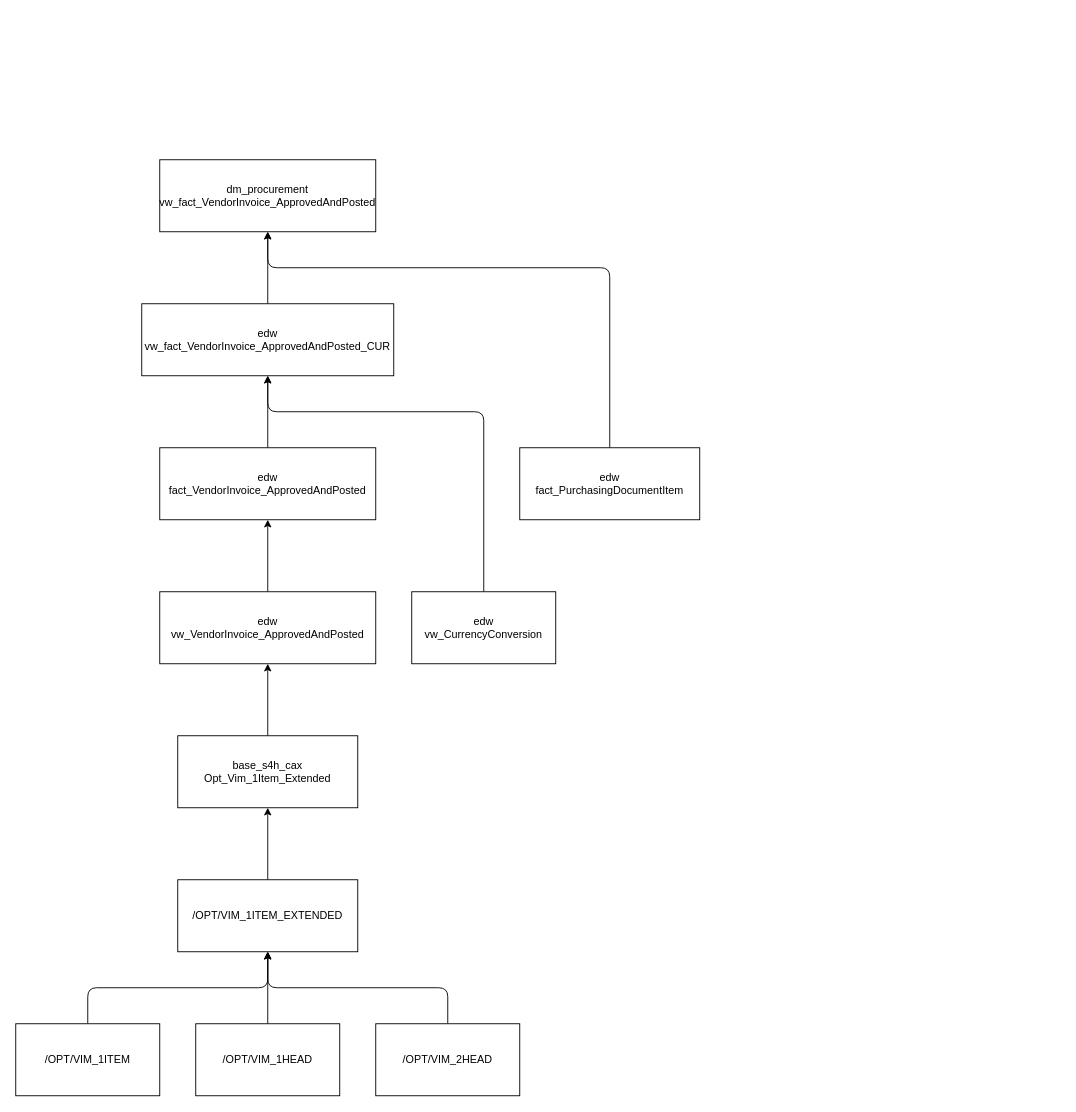
Before: synapse-dwh/Diagrams/Dependency Diagrams/VIM.drawio in szubalii/leviat-data-and-analytics, a draw.io diagram. Source tidied: cells renumbered, new cells numbered last; positions are measured from the earlier drawing's top-left corner, leaving out a move shared by most shapes. Both pictures are drawn from the tidied source at 90%, with x=0, y=0 at pixel (15, 159).
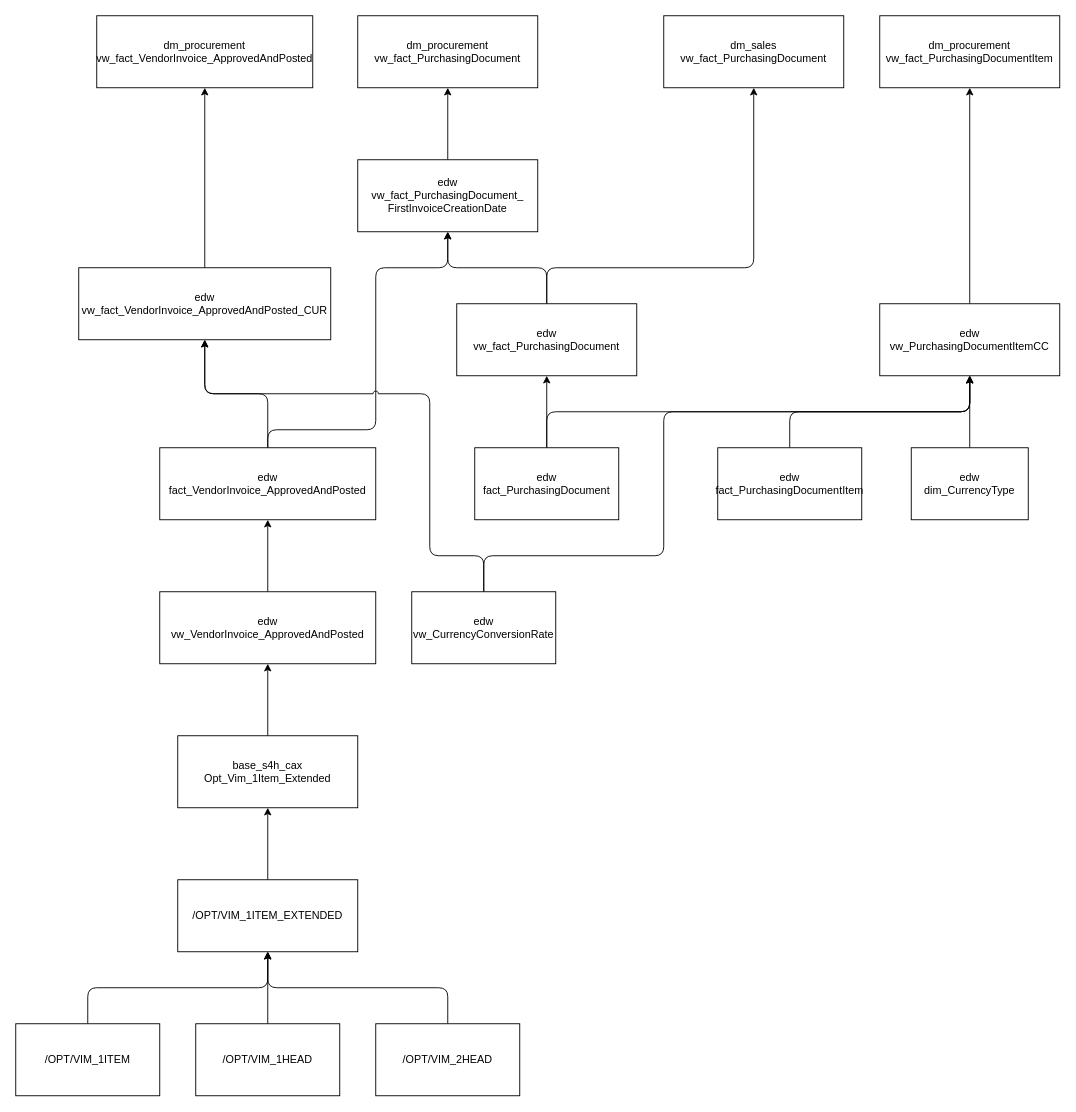
The same page after the edit.

Commit message (it also covers changes not shown here):
model of vw_fact_PurchasingDocument_FirstInvoiceCreationDate

The change refers to these unchanged cells:
```xml
<mxCell id="15" value="edw&lt;br&gt;fact_VendorInvoice_ApprovedAndPosted" style="rounded=0;whiteSpace=wrap;html=1;" parent="1" vertex="1">
  <mxGeometry x="160" y="320" width="240" height="80" as="geometry" />
</mxCell>
```

The edit, as a diff of the source:
```diff
@@
     <mxCell id="14" style="edgeStyle=orthogonalEdgeStyle;html=1;exitX=0.5;exitY=0;exitDx=0;exitDy=0;entryX=0.5;entryY=1;entryDx=0;entryDy=0;" parent="1" edge="1" source="15" target="18">
-      <mxGeometry relative="1" as="geometry" />
+      <mxGeometry relative="1" as="geometry">
+        <Array as="points">
+          <mxPoint x="280" y="260" />
+          <mxPoint x="210" y="260" />
+        </Array>
+      </mxGeometry>
     </mxCell>
+    <mxCell id="23" style="edgeStyle=orthogonalEdgeStyle;html=1;exitX=0.5;exitY=0;exitDx=0;exitDy=0;entryX=0.5;entryY=1;entryDx=0;entryDy=0;jumpStyle=arc;" parent="1" edge="1" source="15" target="36">
+      <mxGeometry relative="1" as="geometry">
+        <Array as="points">
+          <mxPoint x="280" y="300" />
+          <mxPoint x="400" y="300" />
+          <mxPoint x="400" y="120" />
+          <mxPoint x="480" y="120" />
+        </Array>
+      </mxGeometry>
+    </mxCell>
@@
     <mxCell id="16" value="dm_procurement&lt;br&gt;vw_fact_VendorInvoice_ApprovedAndPosted" style="rounded=0;whiteSpace=wrap;html=1;" parent="1" vertex="1">
-      <mxGeometry x="160" width="240" height="80" as="geometry" />
+      <mxGeometry x="90" y="-160" width="240" height="80" as="geometry" />
     </mxCell>
@@
     <mxCell id="18" value="edw&lt;br&gt;vw_fact_VendorInvoice_ApprovedAndPosted_CUR" style="rounded=0;whiteSpace=wrap;html=1;" parent="1" vertex="1">
-      <mxGeometry x="140" y="160" width="280" height="80" as="geometry" />
+      <mxGeometry x="70" y="120" width="280" height="80" as="geometry" />
     </mxCell>
-    <mxCell id="19" style="edgeStyle=orthogonalEdgeStyle;html=1;exitX=0.5;exitY=0;exitDx=0;exitDy=0;entryX=0.5;entryY=1;entryDx=0;entryDy=0;" parent="1" edge="1" source="20" target="18">
+    <mxCell id="19" style="edgeStyle=orthogonalEdgeStyle;html=1;exitX=0.5;exitY=0;exitDx=0;exitDy=0;entryX=0.5;entryY=1;entryDx=0;entryDy=0;jumpStyle=arc;" parent="1" edge="1" source="20" target="18">
       <mxGeometry relative="1" as="geometry">
         <Array as="points">
-          <mxPoint x="520" y="280" />
-          <mxPoint x="280" y="280" />
+          <mxPoint x="520" y="440" />
+          <mxPoint x="460" y="440" />
+          <mxPoint x="460" y="260" />
+          <mxPoint x="210" y="260" />
         </Array>
       </mxGeometry>
     </mxCell>
+    <mxCell id="24" style="edgeStyle=orthogonalEdgeStyle;html=1;exitX=0.5;exitY=0;exitDx=0;exitDy=0;entryX=0.5;entryY=1;entryDx=0;entryDy=0;" parent="1" edge="1" source="20" target="32">
+      <mxGeometry relative="1" as="geometry">
+        <Array as="points">
+          <mxPoint x="520" y="440" />
+          <mxPoint x="720" y="440" />
+          <mxPoint x="720" y="280" />
+          <mxPoint x="1060" y="280" />
+        </Array>
+      </mxGeometry>
+    </mxCell>
-    <mxCell id="20" value="edw&lt;br&gt;vw_CurrencyConversion" style="rounded=0;whiteSpace=wrap;html=1;" parent="1" vertex="1">
+    <mxCell id="20" value="edw&lt;br&gt;vw_CurrencyConversionRate" style="rounded=0;whiteSpace=wrap;html=1;" parent="1" vertex="1">
       <mxGeometry x="440" y="480" width="160" height="80" as="geometry" />
     </mxCell>
-    <mxCell id="21" style="edgeStyle=orthogonalEdgeStyle;html=1;exitX=0.5;exitY=0;exitDx=0;exitDy=0;entryX=0.5;entryY=1;entryDx=0;entryDy=0;" parent="1" edge="1" source="22" target="16">
-      <mxGeometry relative="1" as="geometry">
-        <Array as="points">
-          <mxPoint x="660" y="120" />
-          <mxPoint x="280" y="120" />
-        </Array>
-      </mxGeometry>
-    </mxCell>
+    <mxCell id="25" style="edgeStyle=orthogonalEdgeStyle;html=1;exitX=0.5;exitY=0;exitDx=0;exitDy=0;" parent="1" edge="1" source="22" target="32">
+      <mxGeometry relative="1" as="geometry" />
+    </mxCell>
     <mxCell id="22" value="edw&lt;br&gt;fact_PurchasingDocumentItem" style="rounded=0;whiteSpace=wrap;html=1;" parent="1" vertex="1">
-      <mxGeometry x="560" y="320" width="200" height="80" as="geometry" />
+      <mxGeometry x="780" y="320" width="160" height="80" as="geometry" />
     </mxCell>
+    <mxCell id="26" style="edgeStyle=orthogonalEdgeStyle;html=1;exitX=0.5;exitY=0;exitDx=0;exitDy=0;entryX=0.5;entryY=1;entryDx=0;entryDy=0;" parent="1" edge="1" source="29" target="32">
+      <mxGeometry relative="1" as="geometry" />
+    </mxCell>
+    <mxCell id="27" style="edgeStyle=orthogonalEdgeStyle;html=1;exitX=0.5;exitY=0;exitDx=0;exitDy=0;entryX=0.5;entryY=1;entryDx=0;entryDy=0;" parent="1" edge="1" source="40" target="36">
+      <mxGeometry relative="1" as="geometry" />
+    </mxCell>
+    <mxCell id="28" style="edgeStyle=orthogonalEdgeStyle;html=1;exitX=0.5;exitY=0;exitDx=0;exitDy=0;entryX=0.5;entryY=1;entryDx=0;entryDy=0;" parent="1" edge="1" source="29" target="40">
+      <mxGeometry relative="1" as="geometry" />
+    </mxCell>
+    <mxCell id="29" value="edw&lt;br&gt;fact_PurchasingDocument" style="rounded=0;whiteSpace=wrap;html=1;" parent="1" vertex="1">
+      <mxGeometry x="510" y="320" width="160" height="80" as="geometry" />
+    </mxCell>
+    <mxCell id="30" value="dm_procurement&lt;br&gt;vw_fact_PurchasingDocumentItem" style="rounded=0;whiteSpace=wrap;html=1;" parent="1" vertex="1">
+      <mxGeometry x="960" y="-160" width="200" height="80" as="geometry" />
+    </mxCell>
+    <mxCell id="31" style="edgeStyle=orthogonalEdgeStyle;html=1;" parent="1" edge="1" source="32" target="30">
+      <mxGeometry relative="1" as="geometry" />
+    </mxCell>
+    <mxCell id="32" value="edw&lt;br&gt;vw_PurchasingDocumentItemCC" style="rounded=0;whiteSpace=wrap;html=1;" parent="1" vertex="1">
+      <mxGeometry x="960" y="160" width="200" height="80" as="geometry" />
+    </mxCell>
+    <mxCell id="33" style="edgeStyle=orthogonalEdgeStyle;html=1;exitX=0.5;exitY=0;exitDx=0;exitDy=0;entryX=0.5;entryY=1;entryDx=0;entryDy=0;" parent="1" edge="1" source="34" target="32">
+      <mxGeometry relative="1" as="geometry" />
+    </mxCell>
+    <mxCell id="34" value="edw&lt;br&gt;dim_CurrencyType" style="rounded=0;whiteSpace=wrap;html=1;" parent="1" vertex="1">
+      <mxGeometry x="995" y="320" width="130" height="80" as="geometry" />
+    </mxCell>
+    <mxCell id="35" style="edgeStyle=orthogonalEdgeStyle;html=1;" parent="1" edge="1" source="36" target="37">
+      <mxGeometry relative="1" as="geometry" />
+    </mxCell>
+    <mxCell id="36" value="edw&lt;br&gt;vw_fact_PurchasingDocument_&lt;br&gt;FirstInvoiceCreationDate" style="rounded=0;whiteSpace=wrap;html=1;" parent="1" vertex="1">
+      <mxGeometry x="380" width="200" height="80" as="geometry" />
+    </mxCell>
+    <mxCell id="37" value="dm_procurement&lt;br&gt;vw_fact_PurchasingDocument" style="rounded=0;whiteSpace=wrap;html=1;" parent="1" vertex="1">
+      <mxGeometry x="380" y="-160" width="200" height="80" as="geometry" />
+    </mxCell>
+    <mxCell id="38" value="dm_sales&lt;br&gt;vw_fact_PurchasingDocument" style="rounded=0;whiteSpace=wrap;html=1;" parent="1" vertex="1">
+      <mxGeometry x="720" y="-160" width="200" height="80" as="geometry" />
+    </mxCell>
+    <mxCell id="39" style="edgeStyle=orthogonalEdgeStyle;html=1;exitX=0.5;exitY=0;exitDx=0;exitDy=0;entryX=0.5;entryY=1;entryDx=0;entryDy=0;" parent="1" edge="1" source="40" target="38">
+      <mxGeometry relative="1" as="geometry">
+        <Array as="points">
+          <mxPoint x="590" y="120" />
+          <mxPoint x="820" y="120" />
+        </Array>
+      </mxGeometry>
+    </mxCell>
+    <mxCell id="40" value="edw&lt;br&gt;vw_fact_PurchasingDocument" style="rounded=0;whiteSpace=wrap;html=1;" parent="1" vertex="1">
+      <mxGeometry x="490" y="160" width="200" height="80" as="geometry" />
+    </mxCell>
```
